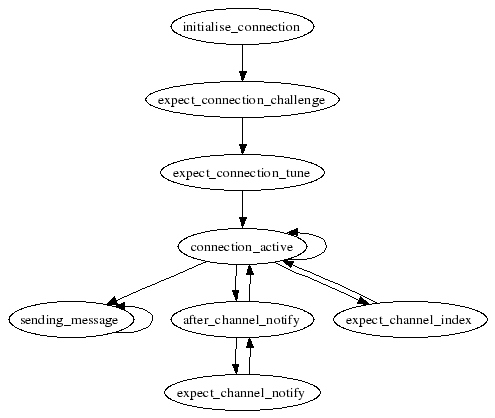
Before: doc/amq_aclient_agent.png, a diagram exported from Graphviz (imatix/openamq). Its source is kept beside it as doc/amq_aclient_agent.dot.
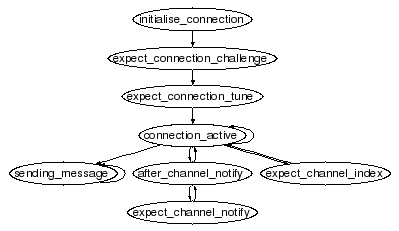
The same diagram one commit later.

Commit message:
Custom font size

What changed in the source:
```diff
@@ -1,5 +1,6 @@
 digraph {
-    size = "5,8";
+    size = "4,8";
+    node [fontname=Helvetica, fontsize=30];
     subgraph client {
         initialise_connection -> expect_connection_challenge;
         expect_connection_challenge -> expect_connection_tune;
```
